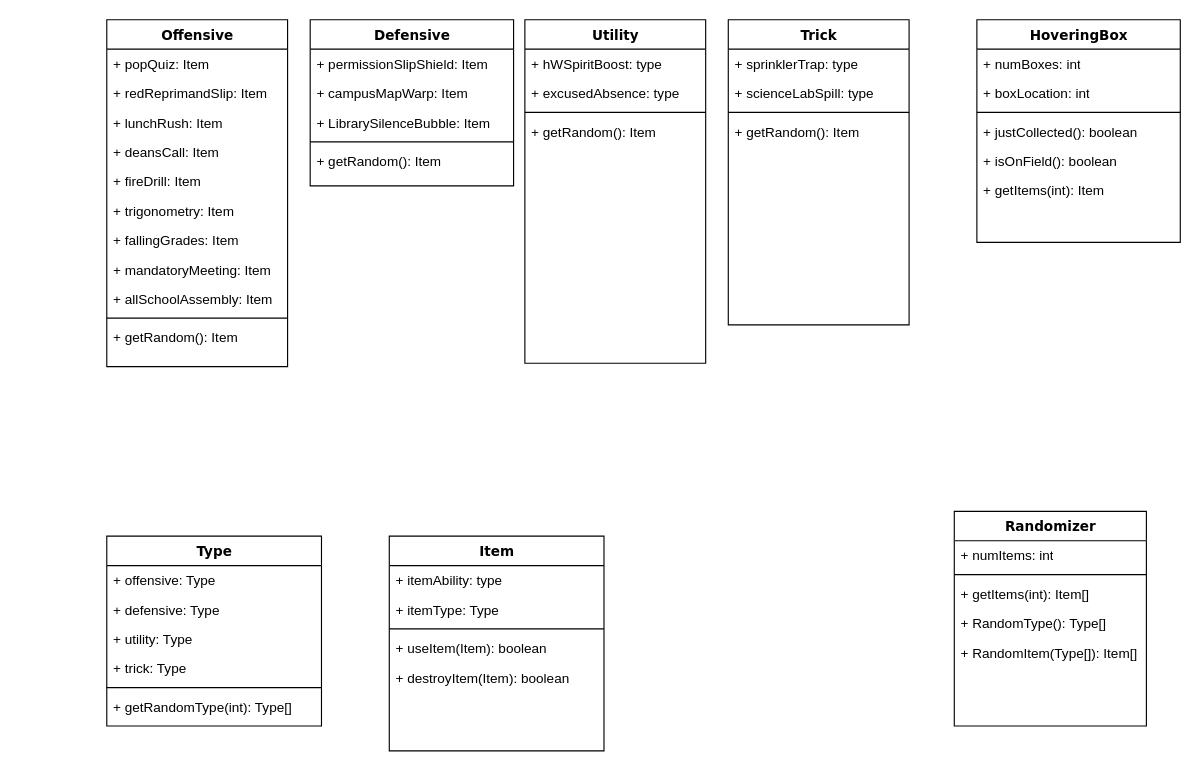
Above: documentation/TechSpecs/LayoutOnFieldPowerUps.drawio in sozalpasan1/HWKartKlash (draw.io), before the change. Source tidied: cells renumbered, new cells numbered last; positions are measured from the earlier drawing's top-left corner, leaving out a move shared by most shapes. Both pictures are drawn from the tidied source at 113%, with x=0, y=0 at pixel (106, 19).
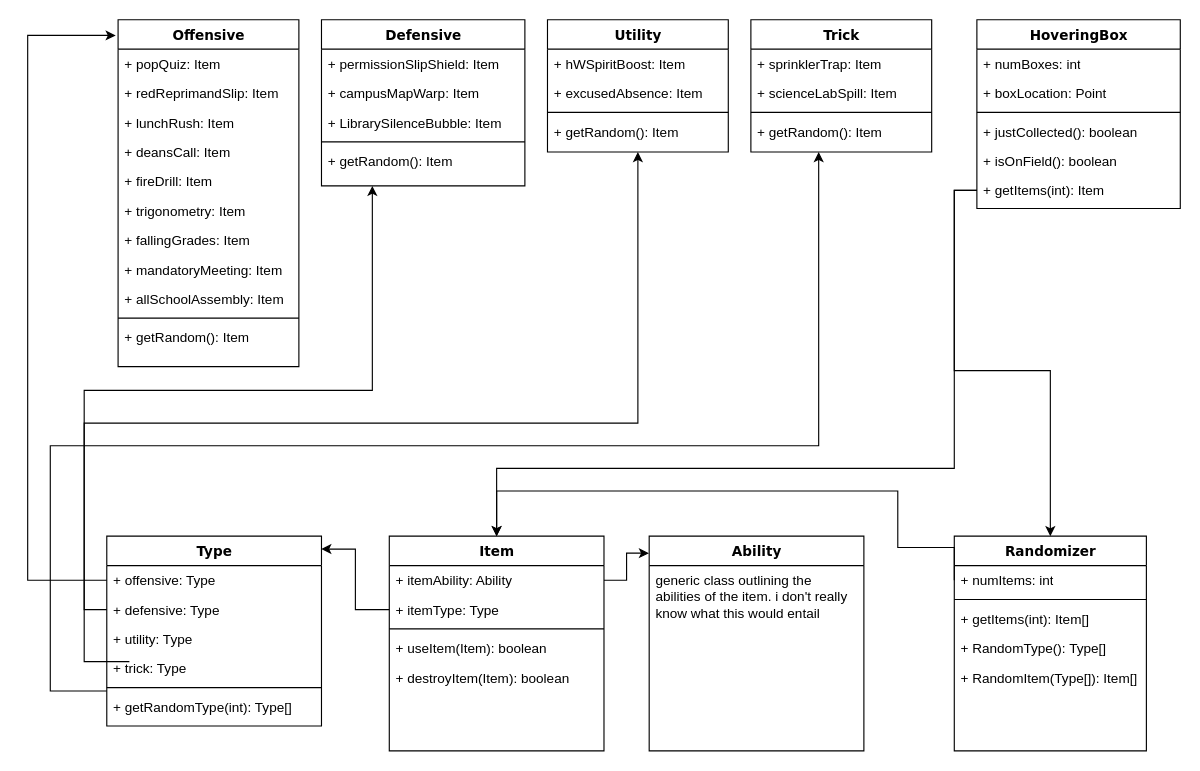
The same page after the edit.

Commit message:
on field power ups techspec visualization

Unchanged cells that the change refers to:
```xml
<mxCell id="8" value="+ getItems(int): Item" style="text;html=1;strokeColor=none;fillColor=none;align=left;verticalAlign=top;spacingLeft=4;spacingRight=4;whiteSpace=wrap;overflow=hidden;points=[[0,0.5],[1,0.5]];portConstraint=eastwest;" parent="2" vertex="1">
  <mxGeometry y="138" width="180" height="26" as="geometry" />
</mxCell>
<mxCell id="9" value="Type" style="swimlane;html=1;fontStyle=1;align=center;verticalAlign=top;horizontal=1;startSize=26;swimlaneFillColor=#ffffff;rounded=0;shadow=0;comic=0;labelBackgroundColor=none;strokeWidth=1;fillColor=none;fontFamily=Verdana;fontSize=12;" parent="1" vertex="1">
  <mxGeometry y="457" width="190" height="168" as="geometry" />
</mxCell>
<mxCell id="10" value="+ offensive: Type" style="text;html=1;strokeColor=none;fillColor=none;align=left;verticalAlign=top;spacingLeft=4;spacingRight=4;whiteSpace=wrap;overflow=hidden;points=[[0,0.5],[1,0.5]];portConstraint=eastwest;" parent="9" vertex="1">
  <mxGeometry y="26" width="190" height="26" as="geometry" />
</mxCell>
<mxCell id="11" value="+ defensive: Type" style="text;html=1;strokeColor=none;fillColor=none;align=left;verticalAlign=top;spacingLeft=4;spacingRight=4;whiteSpace=wrap;overflow=hidden;points=[[0,0.5],[1,0.5]];portConstraint=eastwest;" parent="9" vertex="1">
  <mxGeometry y="52" width="190" height="26" as="geometry" />
</mxCell>
<mxCell id="34" value="+ numItems: int" style="text;html=1;strokeColor=none;fillColor=none;align=left;verticalAlign=top;spacingLeft=4;spacingRight=4;whiteSpace=wrap;overflow=hidden;points=[[0,0.5],[1,0.5]];portConstraint=eastwest;" parent="33" vertex="1">
  <mxGeometry y="26" width="170" height="26" as="geometry" />
</mxCell>
<mxCell id="50" value="Item" style="swimlane;html=1;fontStyle=1;align=center;verticalAlign=top;horizontal=1;startSize=26;swimlaneFillColor=#ffffff;rounded=0;shadow=0;comic=0;labelBackgroundColor=none;strokeWidth=1;fillColor=none;fontFamily=Verdana;fontSize=12;" parent="1" vertex="1">
  <mxGeometry x="250" y="457" width="190" height="190" as="geometry" />
</mxCell>
<mxCell id="52" value="+ itemType: Type" style="text;html=1;strokeColor=none;fillColor=none;align=left;verticalAlign=top;spacingLeft=4;spacingRight=4;whiteSpace=wrap;overflow=hidden;points=[[0,0.5],[1,0.5]];portConstraint=eastwest;" parent="50" vertex="1">
  <mxGeometry y="52" width="190" height="26" as="geometry" />
</mxCell>
```

What changed in the source:
```diff
@@
     <mxCell id="2" value="HoveringBox" style="swimlane;html=1;fontStyle=1;align=center;verticalAlign=top;horizontal=1;startSize=26;swimlaneFillColor=#ffffff;rounded=0;shadow=0;comic=0;labelBackgroundColor=none;strokeWidth=1;fillColor=none;fontFamily=Verdana;fontSize=12;" parent="1" vertex="1">
-      <mxGeometry x="770" width="180" height="197" as="geometry" />
+      <mxGeometry x="770" width="180" height="167" as="geometry" />
     </mxCell>
@@
-    <mxCell id="4" value="+ boxLocation: int" style="text;html=1;strokeColor=none;fillColor=none;align=left;verticalAlign=top;spacingLeft=4;spacingRight=4;whiteSpace=wrap;overflow=hidden;" parent="2" vertex="1">
+    <mxCell id="4" value="+ boxLocation: Point" style="text;html=1;strokeColor=none;fillColor=none;align=left;verticalAlign=top;spacingLeft=4;spacingRight=4;whiteSpace=wrap;overflow=hidden;" parent="2" vertex="1">
       <mxGeometry y="52" width="180" height="26" as="geometry" />
     </mxCell>
@@
     <mxCell id="16" value="Offensive" style="swimlane;html=1;fontStyle=1;align=center;verticalAlign=top;horizontal=1;startSize=26;swimlaneFillColor=#ffffff;rounded=0;shadow=0;comic=0;labelBackgroundColor=none;strokeWidth=1;fillColor=none;fontFamily=Verdana;fontSize=12;" parent="1" vertex="1">
-      <mxGeometry width="160" height="307" as="geometry" />
+      <mxGeometry x="10" width="160" height="307" as="geometry" />
     </mxCell>
@@
     <mxCell id="28" value="Trick" style="swimlane;html=1;fontStyle=1;align=center;verticalAlign=top;horizontal=1;startSize=26;swimlaneFillColor=#ffffff;rounded=0;shadow=0;comic=0;labelBackgroundColor=none;strokeWidth=1;fillColor=none;fontFamily=Verdana;fontSize=12;" parent="1" vertex="1">
-      <mxGeometry x="550" width="160" height="270" as="geometry" />
+      <mxGeometry x="570" width="160" height="117" as="geometry" />
     </mxCell>
-    <mxCell id="29" value="+ sprinklerTrap: type" style="text;html=1;strokeColor=none;fillColor=none;align=left;verticalAlign=top;spacingLeft=4;spacingRight=4;whiteSpace=wrap;overflow=hidden;" parent="28" vertex="1">
+    <mxCell id="29" value="+ sprinklerTrap: Item" style="text;html=1;strokeColor=none;fillColor=none;align=left;verticalAlign=top;spacingLeft=4;spacingRight=4;whiteSpace=wrap;overflow=hidden;" parent="28" vertex="1">
       <mxGeometry y="26" width="160" height="26" as="geometry" />
     </mxCell>
-    <mxCell id="30" value="+ scienceLabSpill: type" style="text;html=1;strokeColor=none;fillColor=none;align=left;verticalAlign=top;spacingLeft=4;spacingRight=4;whiteSpace=wrap;overflow=hidden;" parent="28" vertex="1">
+    <mxCell id="30" value="+ scienceLabSpill: Item" style="text;html=1;strokeColor=none;fillColor=none;align=left;verticalAlign=top;spacingLeft=4;spacingRight=4;whiteSpace=wrap;overflow=hidden;" parent="28" vertex="1">
       <mxGeometry y="52" width="160" height="26" as="geometry" />
     </mxCell>
@@
     <mxCell id="33" value="Randomizer" style="swimlane;html=1;fontStyle=1;align=center;verticalAlign=top;horizontal=1;startSize=26;swimlaneFillColor=#ffffff;rounded=0;shadow=0;comic=0;labelBackgroundColor=none;strokeWidth=1;fillColor=none;fontFamily=Verdana;fontSize=12;" parent="1" vertex="1">
-      <mxGeometry x="750" y="435" width="170" height="190" as="geometry" />
+      <mxGeometry x="750" y="457" width="170" height="190" as="geometry" />
     </mxCell>
@@
     <mxCell id="39" value="Defensive" style="swimlane;html=1;fontStyle=1;align=center;verticalAlign=top;horizontal=1;startSize=26;swimlaneFillColor=#ffffff;rounded=0;shadow=0;comic=0;labelBackgroundColor=none;strokeWidth=1;fillColor=none;fontFamily=Verdana;fontSize=12;" parent="1" vertex="1">
-      <mxGeometry x="180" width="180" height="147" as="geometry" />
+      <mxGeometry x="190" width="180" height="147" as="geometry" />
     </mxCell>
@@
     <mxCell id="45" value="Utility" style="swimlane;html=1;fontStyle=1;align=center;verticalAlign=top;horizontal=1;startSize=26;swimlaneFillColor=#ffffff;rounded=0;shadow=0;comic=0;labelBackgroundColor=none;strokeWidth=1;fillColor=none;fontFamily=Verdana;fontSize=12;" parent="1" vertex="1">
-      <mxGeometry x="370" width="160" height="304" as="geometry" />
+      <mxGeometry x="390" width="160" height="117" as="geometry" />
     </mxCell>
-    <mxCell id="46" value="+ hWSpiritBoost: type" style="text;html=1;strokeColor=none;fillColor=none;align=left;verticalAlign=top;spacingLeft=4;spacingRight=4;whiteSpace=wrap;overflow=hidden;" parent="45" vertex="1">
+    <mxCell id="46" value="+ hWSpiritBoost: Item" style="text;html=1;strokeColor=none;fillColor=none;align=left;verticalAlign=top;spacingLeft=4;spacingRight=4;whiteSpace=wrap;overflow=hidden;" parent="45" vertex="1">
       <mxGeometry y="26" width="160" height="26" as="geometry" />
     </mxCell>
-    <mxCell id="47" value="+ excusedAbsence: type" style="text;html=1;strokeColor=none;fillColor=none;align=left;verticalAlign=top;spacingLeft=4;spacingRight=4;whiteSpace=wrap;overflow=hidden;" parent="45" vertex="1">
+    <mxCell id="47" value="+ excusedAbsence: Item" style="text;html=1;strokeColor=none;fillColor=none;align=left;verticalAlign=top;spacingLeft=4;spacingRight=4;whiteSpace=wrap;overflow=hidden;" parent="45" vertex="1">
       <mxGeometry y="52" width="160" height="26" as="geometry" />
     </mxCell>
@@
-    <mxCell id="51" value="+ itemAbility: type" style="text;html=1;strokeColor=none;fillColor=none;align=left;verticalAlign=top;spacingLeft=4;spacingRight=4;whiteSpace=wrap;overflow=hidden;points=[[0,0.5],[1,0.5]];portConstraint=eastwest;" parent="50" vertex="1">
+    <mxCell id="51" value="+ itemAbility: Ability" style="text;html=1;strokeColor=none;fillColor=none;align=left;verticalAlign=top;spacingLeft=4;spacingRight=4;whiteSpace=wrap;overflow=hidden;points=[[0,0.5],[1,0.5]];portConstraint=eastwest;" parent="50" vertex="1">
       <mxGeometry y="26" width="190" height="26" as="geometry" />
     </mxCell>
@@
+    <mxCell id="56" value="Ability" style="swimlane;html=1;fontStyle=1;align=center;verticalAlign=top;horizontal=1;startSize=26;swimlaneFillColor=#ffffff;rounded=0;shadow=0;comic=0;labelBackgroundColor=none;strokeWidth=1;fillColor=none;fontFamily=Verdana;fontSize=12;" parent="1" vertex="1">
+      <mxGeometry x="480" y="457" width="190" height="190" as="geometry" />
+    </mxCell>
+    <mxCell id="57" value="generic class outlining the abilities of the item. i don't really know what this would entail" style="text;html=1;strokeColor=none;fillColor=none;align=left;verticalAlign=top;spacingLeft=4;spacingRight=4;whiteSpace=wrap;overflow=hidden;" parent="56" vertex="1">
+      <mxGeometry y="26" width="190" height="54" as="geometry" />
+    </mxCell>
+    <mxCell id="58" style="edgeStyle=orthogonalEdgeStyle;rounded=0;jettySize=auto;html=1;entryX=-0.001;entryY=0.079;entryDx=0;entryDy=0;entryPerimeter=0;" parent="1" edge="1" source="51" target="56">
+      <mxGeometry relative="1" as="geometry" />
+    </mxCell>
+    <mxCell id="59" style="edgeStyle=orthogonalEdgeStyle;rounded=0;jettySize=auto;html=1;entryX=0.999;entryY=0.068;entryDx=0;entryDy=0;entryPerimeter=0;" parent="1" edge="1" source="52" target="9">
+      <mxGeometry relative="1" as="geometry" />
+    </mxCell>
+    <mxCell id="60" style="edgeStyle=orthogonalEdgeStyle;rounded=0;jettySize=auto;html=1;exitX=0;exitY=0.5;exitDx=0;exitDy=0;entryX=0.5;entryY=0;entryDx=0;entryDy=0;" parent="1" edge="1" source="34" target="50">
+      <mxGeometry relative="1" as="geometry">
+        <Array as="points">
+          <mxPoint x="750" y="467" />
+          <mxPoint x="700" y="467" />
+          <mxPoint x="700" y="417" />
+          <mxPoint x="345" y="417" />
+        </Array>
+      </mxGeometry>
+    </mxCell>
+    <mxCell id="61" style="edgeStyle=orthogonalEdgeStyle;rounded=0;jettySize=auto;html=1;entryX=0.5;entryY=0;entryDx=0;entryDy=0;" parent="1" edge="1" source="8" target="33">
+      <mxGeometry relative="1" as="geometry" />
+    </mxCell>
+    <mxCell id="62" style="edgeStyle=orthogonalEdgeStyle;rounded=0;jettySize=auto;html=1;entryX=0.5;entryY=0;entryDx=0;entryDy=0;" parent="1" edge="1" source="8" target="50">
+      <mxGeometry relative="1" as="geometry">
+        <Array as="points">
+          <mxPoint x="750" y="151" />
+          <mxPoint x="750" y="397" />
+          <mxPoint x="345" y="397" />
+        </Array>
+      </mxGeometry>
+    </mxCell>
+    <mxCell id="63" style="edgeStyle=orthogonalEdgeStyle;rounded=0;jettySize=auto;html=1;exitX=0;exitY=0.5;exitDx=0;exitDy=0;entryX=-0.013;entryY=0.045;entryDx=0;entryDy=0;entryPerimeter=0;" parent="1" edge="1" source="10" target="16">
+      <mxGeometry relative="1" as="geometry">
+        <Array as="points">
+          <mxPoint x="-70" y="496" />
+          <mxPoint x="-70" y="14" />
+        </Array>
+      </mxGeometry>
+    </mxCell>
+    <mxCell id="64" style="edgeStyle=orthogonalEdgeStyle;rounded=0;jettySize=auto;html=1;exitX=0;exitY=0.5;exitDx=0;exitDy=0;entryX=0.25;entryY=1;entryDx=0;entryDy=0;" parent="1" edge="1" source="11" target="39">
+      <mxGeometry relative="1" as="geometry" />
+    </mxCell>
+    <mxCell id="65" style="edgeStyle=orthogonalEdgeStyle;rounded=0;jettySize=auto;html=1;exitX=0;exitY=0.5;exitDx=0;exitDy=0;entryX=0.5;entryY=1;entryDx=0;entryDy=0;" parent="1" edge="1" target="45">
+      <mxGeometry relative="1" as="geometry">
+        <mxPoint x="20" y="568" as="sourcePoint" />
+        <Array as="points">
+          <mxPoint x="-20" y="568" />
+          <mxPoint x="-20" y="357" />
+          <mxPoint x="470" y="357" />
+        </Array>
+      </mxGeometry>
+    </mxCell>
+    <mxCell id="66" style="edgeStyle=orthogonalEdgeStyle;rounded=0;orthogonalLoop=1;jettySize=auto;html=1;exitX=0;exitY=0.5;exitDx=0;exitDy=0;" parent="1" edge="1">
+      <mxGeometry relative="1" as="geometry">
+        <mxPoint y="594" as="sourcePoint" />
+        <mxPoint x="630" y="117" as="targetPoint" />
+        <Array as="points">
+          <mxPoint x="-50" y="594" />
+          <mxPoint x="-50" y="377" />
+          <mxPoint x="630" y="377" />
+        </Array>
+      </mxGeometry>
+    </mxCell>
```
